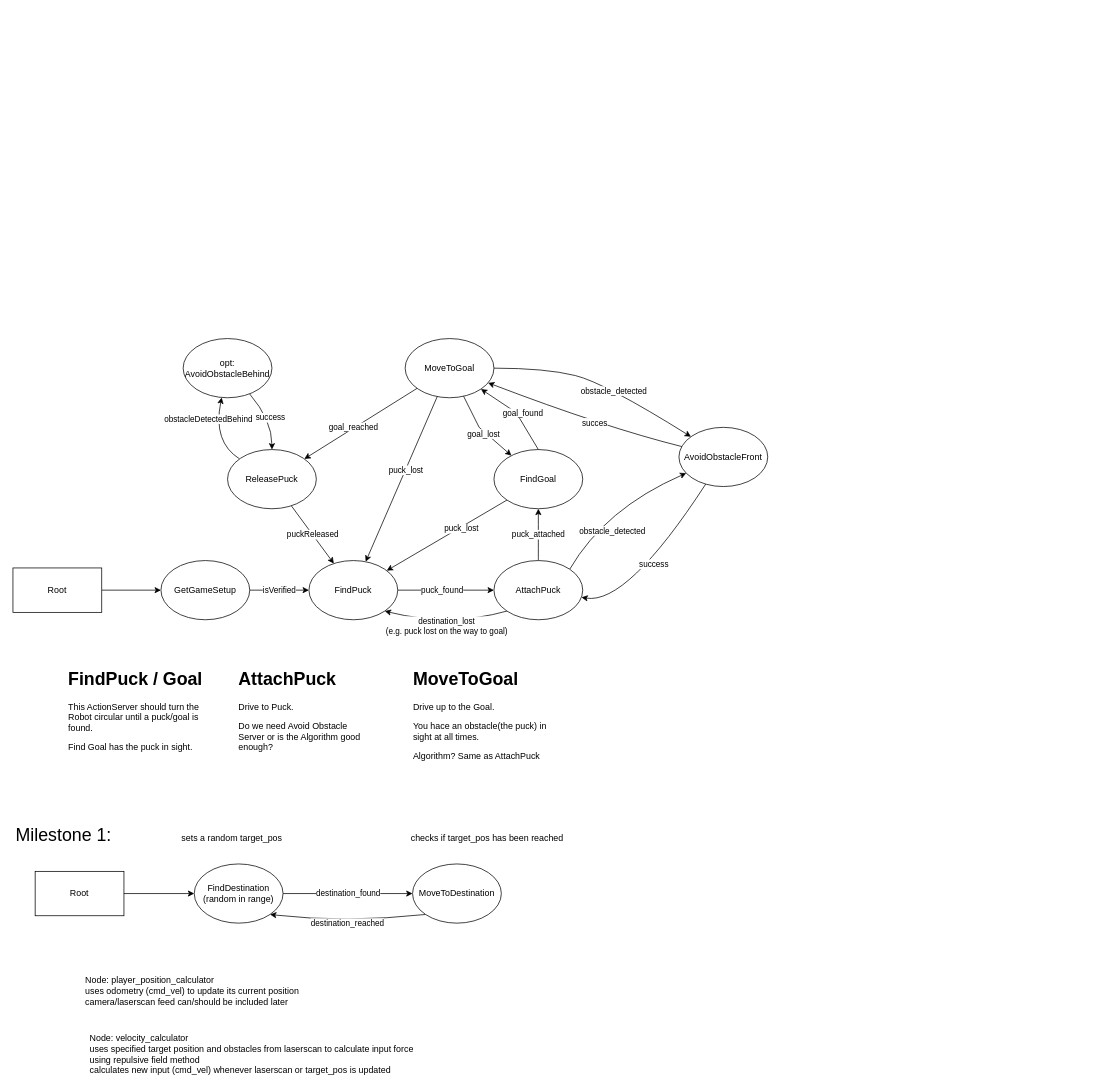
Before: doc/images/robot_sm.drawio in florianpfleiderer/ARHS, a draw.io diagram. Source tidied: cells renumbered, new cells numbered last; positions are measured from the earlier drawing's top-left corner, leaving out a move shared by most shapes. Both pictures are drawn from the tidied source at 74%, with x=0, y=0 at pixel (13, 338).
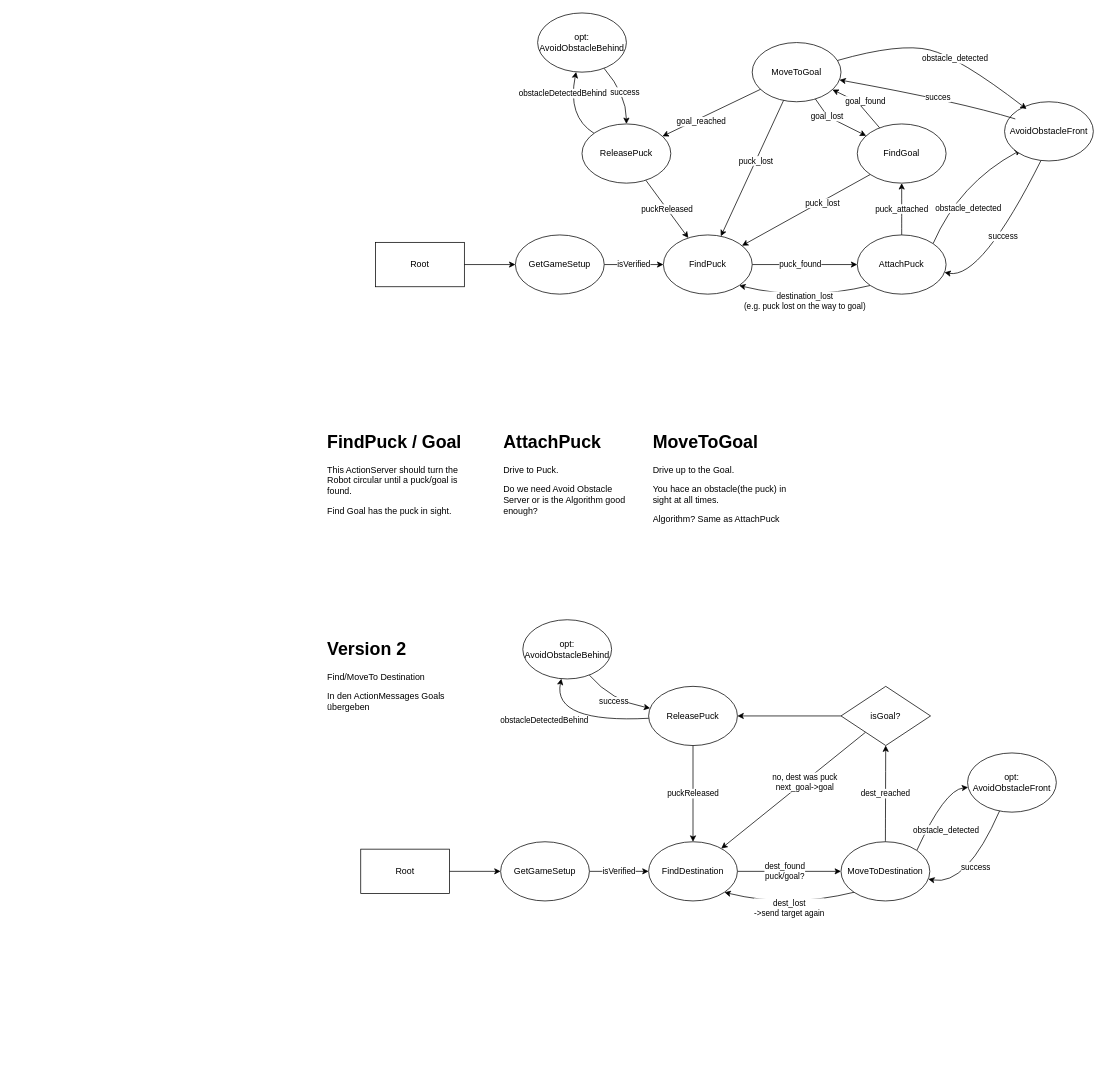
Above is the later version.

The edit, as a diff of the source:
```diff
@@
-    <mxCell id="2" style="edgeStyle=orthogonalEdgeStyle;rounded=0;jettySize=auto;html=1;entryX=0;entryY=0.5;entryDx=0;entryDy=0;" parent="1" edge="1" source="3" target="5">
-      <mxGeometry relative="1" as="geometry" />
-    </mxCell>
     <mxCell id="3" value="Root" style="rounded=0;whiteSpace=wrap;html=1;" parent="1" vertex="1">
-      <mxGeometry y="310" width="120" height="60" as="geometry" />
+      <mxGeometry x="490" y="-130" width="120" height="60" as="geometry" />
     </mxCell>
@@
     <mxCell id="5" value="GetGameSetup" style="ellipse;whiteSpace=wrap;html=1;" parent="1" vertex="1">
-      <mxGeometry x="200" y="300" width="120" height="80" as="geometry" />
+      <mxGeometry x="679" y="-140" width="120" height="80" as="geometry" />
     </mxCell>
@@
     <mxCell id="7" value="FindPuck" style="ellipse;whiteSpace=wrap;html=1;" parent="1" vertex="1">
-      <mxGeometry x="400" y="300" width="120" height="80" as="geometry" />
+      <mxGeometry x="879" y="-140" width="120" height="80" as="geometry" />
     </mxCell>
@@
     <mxCell id="9" value="obstacleDetectedBehind" style="edgeStyle=none;curved=1;jettySize=auto;html=1;" parent="1" edge="1" source="10" target="12">
       <mxGeometry x="0.38" y="12" relative="1" as="geometry">
         <Array as="points">
-          <mxPoint x="270" y="140" />
+          <mxPoint x="749" y="-300" />
         </Array>
       </mxGeometry>
     </mxCell>
     <mxCell id="10" value="ReleasePuck" style="ellipse;whiteSpace=wrap;html=1;" parent="1" vertex="1">
-      <mxGeometry x="290" y="150" width="120" height="80" as="geometry" />
+      <mxGeometry x="769" y="-290" width="120" height="80" as="geometry" />
     </mxCell>
     <mxCell id="11" value="success" style="edgeStyle=none;curved=1;jettySize=auto;html=1;" parent="1" edge="1" source="12" target="10">
       <mxGeometry relative="1" as="geometry">
         <Array as="points">
-          <mxPoint x="350" y="110" />
+          <mxPoint x="829" y="-330" />
         </Array>
       </mxGeometry>
     </mxCell>
     <mxCell id="12" value="opt: AvoidObstacleBehind" style="ellipse;whiteSpace=wrap;html=1;" parent="1" vertex="1">
-      <mxGeometry x="230" width="120" height="80" as="geometry" />
+      <mxGeometry x="709" y="-440" width="120" height="80" as="geometry" />
     </mxCell>
-    <mxCell id="13" value="obstacle_detected" style="edgeStyle=none;jettySize=auto;html=1;curved=1;exitX=1;exitY=0;exitDx=0;exitDy=0;" parent="1" edge="1" source="16" target="18">
+    <mxCell id="13" value="obstacle_detected" style="edgeStyle=none;jettySize=auto;html=1;curved=1;exitX=1;exitY=0;exitDx=0;exitDy=0;" parent="1" edge="1" source="16">
       <mxGeometry x="-0.31" y="-24" relative="1" as="geometry">
+        <mxPoint x="1362.3" y="-254.9" as="targetPoint" />
         <Array as="points">
-          <mxPoint x="800" y="230" />
+          <mxPoint x="1279" y="-210" />
         </Array>
       </mxGeometry>
     </mxCell>
@@
     <mxCell id="15" value="&lt;div&gt;destination_lost&lt;/div&gt;(e.g. puck lost on the way to goal)" style="edgeStyle=none;curved=1;jettySize=auto;html=1;exitX=0;exitY=1;exitDx=0;exitDy=0;entryX=1;entryY=1;entryDx=0;entryDy=0;" parent="1" edge="1" source="16" target="7">
       <mxGeometry relative="1" as="geometry">
         <Array as="points">
-          <mxPoint x="590" y="390" />
+          <mxPoint x="1069" y="-50" />
         </Array>
       </mxGeometry>
     </mxCell>
     <mxCell id="16" value="AttachPuck" style="ellipse;whiteSpace=wrap;html=1;" parent="1" vertex="1">
-      <mxGeometry x="650" y="300" width="120" height="80" as="geometry" />
+      <mxGeometry x="1141" y="-140" width="120" height="80" as="geometry" />
     </mxCell>
-    <mxCell id="17" value="&lt;div&gt;success&lt;/div&gt;" style="edgeStyle=none;curved=1;jettySize=auto;html=1;" parent="1" edge="1" source="18" target="16">
+    <mxCell id="17" value="&lt;div&gt;success&lt;/div&gt;" style="edgeStyle=none;curved=1;jettySize=auto;html=1;" parent="1" edge="1" target="16">
       <mxGeometry relative="1" as="geometry">
+        <mxPoint x="1390" y="-242.1" as="sourcePoint" />
         <Array as="points">
-          <mxPoint x="830" y="360" />
+          <mxPoint x="1309" y="-80" />
         </Array>
       </mxGeometry>
     </mxCell>
     <mxCell id="18" value="AvoidObstacleFront" style="ellipse;whiteSpace=wrap;html=1;" parent="1" vertex="1">
-      <mxGeometry x="900" y="120" width="120" height="80" as="geometry" />
+      <mxGeometry x="1340" y="-320" width="120" height="80" as="geometry" />
     </mxCell>
-    <mxCell id="19" value="&lt;div style=&quot;font-size: 24px&quot;&gt;Milestone 1:&lt;/div&gt;" style="text;html=1;align=left;verticalAlign=top;spacingTop=-4;" parent="1" vertex="1">
-      <mxGeometry x="2" y="654" width="140" height="20" as="geometry" />
-    </mxCell>
-    <mxCell id="20" value="destination_found" style="rounded=0;jettySize=auto;html=1;exitX=1;exitY=0.5;exitDx=0;exitDy=0;" parent="1" edge="1" source="24" target="23">
-      <mxGeometry relative="1" as="geometry" />
-    </mxCell>
-    <mxCell id="21" value="Root" style="rounded=0;whiteSpace=wrap;html=1;" parent="1" vertex="1">
-      <mxGeometry x="30" y="720" width="120" height="60" as="geometry" />
-    </mxCell>
-    <mxCell id="22" value="destination_reached" style="edgeStyle=none;jettySize=auto;html=1;exitX=0;exitY=1;exitDx=0;exitDy=0;entryX=1;entryY=1;entryDx=0;entryDy=0;curved=1;" parent="1" edge="1" source="23" target="24">
-      <mxGeometry relative="1" as="geometry">
-        <Array as="points">
-          <mxPoint x="450" y="790" />
-        </Array>
-      </mxGeometry>
-    </mxCell>
-    <mxCell id="23" value="MoveToDestination" style="ellipse;whiteSpace=wrap;html=1;" parent="1" vertex="1">
-      <mxGeometry x="540" y="710" width="120" height="80" as="geometry" />
-    </mxCell>
-    <mxCell id="24" value="FindDestination&lt;div&gt;(random in range)&lt;br&gt;&lt;/div&gt;" style="ellipse;whiteSpace=wrap;html=1;" parent="1" vertex="1">
-      <mxGeometry x="245" y="710" width="120" height="80" as="geometry" />
-    </mxCell>
-    <mxCell id="25" style="edgeStyle=orthogonalEdgeStyle;rounded=0;jettySize=auto;html=1;exitX=1;exitY=0.5;exitDx=0;exitDy=0;" parent="1" edge="1" source="21" target="24">
-      <mxGeometry relative="1" as="geometry" />
-    </mxCell>
-    <mxCell id="26" value="&lt;div&gt;Node: player_position_calculator&lt;/div&gt;&lt;div&gt;uses odometry (cmd_vel) to update its current position&lt;/div&gt;&lt;div&gt;camera/laserscan feed can/should be included later&lt;br&gt;&lt;/div&gt;" style="text;html=1;align=left;verticalAlign=top;spacingTop=-4;" parent="1" vertex="1">
-      <mxGeometry x="96" y="858" width="300" height="40" as="geometry" />
-    </mxCell>
-    <mxCell id="27" value="&lt;div&gt;Node: velocity_calculator&lt;/div&gt;&lt;div&gt;uses specified target position and obstacles from laserscan to calculate input force&lt;/div&gt;&lt;div&gt;using repulsive field method&lt;/div&gt;&lt;div&gt;calculates new input (cmd_vel) whenever laserscan or target_pos is updated&lt;br&gt;&lt;/div&gt;" style="text;html=1;align=left;verticalAlign=top;spacingTop=-4;" parent="1" vertex="1">
-      <mxGeometry x="102" y="936" width="450" height="60" as="geometry" />
-    </mxCell>
-    <mxCell id="28" value="sets a random target_pos" style="text;html=1;align=left;verticalAlign=top;spacingTop=-4;" parent="1" vertex="1">
-      <mxGeometry x="226" y="665" width="150" height="20" as="geometry" />
-    </mxCell>
-    <mxCell id="29" value="checks if target_pos has been reached" style="text;html=1;align=left;verticalAlign=top;spacingTop=-4;" parent="1" vertex="1">
-      <mxGeometry x="536" y="665" width="220" height="20" as="geometry" />
-    </mxCell>
     <mxCell id="30" value="FindGoal" style="ellipse;whiteSpace=wrap;html=1;" parent="1" vertex="1">
-      <mxGeometry x="650" y="150" width="120" height="80" as="geometry" />
+      <mxGeometry x="1141" y="-290" width="120" height="80" as="geometry" />
     </mxCell>
@@
     <mxCell id="33" value="MoveToGoal" style="ellipse;whiteSpace=wrap;html=1;" parent="1" vertex="1">
-      <mxGeometry x="530" width="120" height="80" as="geometry" />
+      <mxGeometry x="999" y="-400" width="120" height="80" as="geometry" />
     </mxCell>
-    <mxCell id="34" style="endArrow=classic;html=1;rounded=0;exitX=0.5;exitY=0;exitDx=0;exitDy=0;entryX=1;entryY=1;entryDx=0;entryDy=0;" parent="1" edge="1" source="30" target="33">
+    <mxCell id="34" style="endArrow=classic;html=1;rounded=0;" parent="1" edge="1" source="30" target="33">
       <mxGeometry relative="1" as="geometry">
         <Array as="points">
-          <mxPoint x="680" y="100" />
+          <mxPoint x="1141" y="-320" />
         </Array>
       </mxGeometry>
     </mxCell>
@@
     <mxCell id="40" style="endArrow=classic;html=1;rounded=0;" parent="1" edge="1" source="33" target="30">
       <mxGeometry relative="1" as="geometry">
         <Array as="points">
-          <mxPoint x="630" y="120" />
+          <mxPoint x="1101" y="-300" />
         </Array>
       </mxGeometry>
     </mxCell>
     <mxCell id="41" value="&lt;div&gt;goal_lost&lt;/div&gt;" style="edgeLabel;html=1;align=center;verticalAlign=middle;" parent="40" vertex="1">
-      <mxGeometry x="0.09" y="-3" relative="1" as="geometry" />
+      <mxGeometry x="0.09" y="-3" relative="1" as="geometry">
+        <mxPoint x="-16" y="-11" as="offset" />
+      </mxGeometry>
     </mxCell>
-    <mxCell id="42" style="curved=1;endArrow=classic;html=1;rounded=0;" parent="1" edge="1" source="33" target="18">
+    <mxCell id="42" style="curved=1;endArrow=classic;html=1;rounded=0;" parent="1" edge="1" source="33">
       <mxGeometry relative="1" as="geometry">
+        <mxPoint x="1369.7" y="-310.2" as="targetPoint" />
         <Array as="points">
-          <mxPoint x="720" y="40" />
-          <mxPoint x="800" y="60" />
+          <mxPoint x="1199" y="-400" />
+          <mxPoint x="1279" y="-380" />
         </Array>
       </mxGeometry>
     </mxCell>
@@
-    <mxCell id="44" style="curved=1;endArrow=classic;html=1;rounded=0;" parent="1" edge="1" source="18" target="33">
+    <mxCell id="44" style="curved=1;endArrow=classic;html=1;rounded=0;" parent="1" edge="1" target="33">
       <mxGeometry relative="1" as="geometry">
+        <mxPoint x="1354.5" y="-296.8" as="sourcePoint" />
         <Array as="points">
-          <mxPoint x="800" y="120" />
+          <mxPoint x="1279" y="-320" />
         </Array>
       </mxGeometry>
     </mxCell>
@@
     <mxCell id="46" value="&lt;h1&gt;FindPuck / Goal&lt;br&gt;&lt;/h1&gt;&lt;p&gt;This ActionServer should turn the Robot circular until a puck/goal is found.&lt;/p&gt;&lt;p&gt;Find Goal has the puck in sight.&lt;br&gt;&lt;/p&gt;" style="text;html=1;strokeColor=none;fillColor=none;spacing=5;spacingTop=-20;whiteSpace=wrap;overflow=hidden;rounded=0;" parent="1" vertex="1">
-      <mxGeometry x="70" y="440" width="190" height="120" as="geometry" />
+      <mxGeometry x="420" y="120" width="190" height="120" as="geometry" />
     </mxCell>
     <mxCell id="47" value="&lt;h1&gt;AttachPuck&lt;/h1&gt;&lt;p&gt;Drive to Puck.&lt;/p&gt;&lt;p&gt;Do we need Avoid Obstacle Server or is the Algorithm good enough?&lt;br&gt;&lt;/p&gt;" style="text;html=1;strokeColor=none;fillColor=none;spacing=5;spacingTop=-20;whiteSpace=wrap;overflow=hidden;rounded=0;" parent="1" vertex="1">
-      <mxGeometry x="300" y="440" width="190" height="120" as="geometry" />
+      <mxGeometry x="658" y="120" width="190" height="120" as="geometry" />
     </mxCell>
     <mxCell id="48" value="&lt;h1&gt;MoveToGoal&lt;/h1&gt;&lt;p&gt;Drive up to the Goal.&lt;/p&gt;&lt;p&gt;You hace an obstacle(the puck) in sight at all times.&lt;/p&gt;&lt;p&gt;Algorithm? Same as AttachPuck&lt;br&gt;&lt;/p&gt;" style="text;html=1;strokeColor=none;fillColor=none;spacing=5;spacingTop=-20;whiteSpace=wrap;overflow=hidden;rounded=0;" parent="1" vertex="1">
-      <mxGeometry x="536" y="440" width="190" height="140" as="geometry" />
+      <mxGeometry x="860" y="120" width="190" height="140" as="geometry" />
     </mxCell>
+    <mxCell id="2" style="endArrow=classic;html=1;rounded=0;" parent="1" edge="1" source="3" target="5">
+      <mxGeometry relative="1" as="geometry" />
+    </mxCell>
+    <mxCell id="21" value="Root" style="rounded=0;whiteSpace=wrap;html=1;" parent="1" vertex="1">
+      <mxGeometry x="470" y="690" width="120" height="60" as="geometry" />
+    </mxCell>
+    <mxCell id="49" value="isVerified" style="rounded=0;jettySize=auto;html=1;verticalAlign=middle;labelPosition=center;verticalLabelPosition=middle;align=center;" parent="1" edge="1" source="50" target="52">
+      <mxGeometry relative="1" as="geometry" />
+    </mxCell>
+    <mxCell id="50" value="GetGameSetup" style="ellipse;whiteSpace=wrap;html=1;" parent="1" vertex="1">
+      <mxGeometry x="659" y="680" width="120" height="80" as="geometry" />
+    </mxCell>
+    <mxCell id="51" value="&lt;div&gt;dest_found&lt;/div&gt;&lt;div&gt;puck/goal?&lt;br&gt;&lt;/div&gt;" style="jettySize=auto;html=1;verticalAlign=middle;horizontal=1;labelPosition=center;verticalLabelPosition=middle;align=center;rounded=0;" parent="1" edge="1" source="52" target="23">
+      <mxGeometry x="-0.08" relative="1" as="geometry" />
+    </mxCell>
+    <mxCell id="52" value="FindDestination" style="ellipse;whiteSpace=wrap;html=1;" parent="1" vertex="1">
+      <mxGeometry x="859" y="680" width="120" height="80" as="geometry" />
+    </mxCell>
+    <mxCell id="53" value="puckReleased" style="rounded=0;jettySize=auto;html=1;" parent="1" edge="1" source="55" target="52">
+      <mxGeometry relative="1" as="geometry" />
+    </mxCell>
+    <mxCell id="54" value="obstacleDetectedBehind" style="edgeStyle=none;curved=1;jettySize=auto;html=1;" parent="1" edge="1" source="55" target="57">
+      <mxGeometry x="0.38" y="12" relative="1" as="geometry">
+        <Array as="points">
+          <mxPoint x="729" y="520" />
+        </Array>
+      </mxGeometry>
+    </mxCell>
+    <mxCell id="55" value="ReleasePuck" style="ellipse;whiteSpace=wrap;html=1;" parent="1" vertex="1">
+      <mxGeometry x="859" y="470" width="120" height="80" as="geometry" />
+    </mxCell>
+    <mxCell id="56" value="success" style="edgeStyle=none;curved=1;jettySize=auto;html=1;" parent="1" edge="1" source="57" target="55">
+      <mxGeometry relative="1" as="geometry">
+        <Array as="points">
+          <mxPoint x="809" y="490" />
+        </Array>
+      </mxGeometry>
+    </mxCell>
+    <mxCell id="57" value="opt: AvoidObstacleBehind" style="ellipse;whiteSpace=wrap;html=1;" parent="1" vertex="1">
+      <mxGeometry x="689" y="380" width="120" height="80" as="geometry" />
+    </mxCell>
+    <mxCell id="58" value="obstacle_detected" style="edgeStyle=none;jettySize=auto;html=1;curved=1;exitX=1;exitY=0;exitDx=0;exitDy=0;" parent="1" edge="1" source="23" target="62">
+      <mxGeometry x="-0.31" y="-24" relative="1" as="geometry">
+        <Array as="points">
+          <mxPoint x="1259" y="610" />
+        </Array>
+      </mxGeometry>
+    </mxCell>
+    <mxCell id="59" value="dest_reached" style="edgeStyle=none;curved=1;jettySize=auto;html=1;" parent="1" edge="1" source="23" target="67">
+      <mxGeometry relative="1" as="geometry" />
+    </mxCell>
+    <mxCell id="60" value="&lt;div&gt;dest_lost&lt;/div&gt;&lt;div&gt;-&amp;gt;send target again&lt;br&gt;&lt;/div&gt;" style="edgeStyle=none;curved=1;jettySize=auto;html=1;exitX=0;exitY=1;exitDx=0;exitDy=0;entryX=1;entryY=1;entryDx=0;entryDy=0;" parent="1" edge="1" source="23" target="52">
+      <mxGeometry relative="1" as="geometry">
+        <Array as="points">
+          <mxPoint x="1049" y="770" />
+        </Array>
+      </mxGeometry>
+    </mxCell>
+    <mxCell id="23" value="MoveToDestination" style="ellipse;whiteSpace=wrap;html=1;" parent="1" vertex="1">
+      <mxGeometry x="1119" y="680" width="120" height="80" as="geometry" />
+    </mxCell>
+    <mxCell id="61" value="&lt;div&gt;success&lt;/div&gt;" style="edgeStyle=none;curved=1;jettySize=auto;html=1;" parent="1" edge="1" source="62" target="23">
+      <mxGeometry relative="1" as="geometry">
+        <Array as="points">
+          <mxPoint x="1289" y="740" />
+        </Array>
+      </mxGeometry>
+    </mxCell>
+    <mxCell id="62" value="&lt;div&gt;opt:&lt;/div&gt;&lt;div&gt;AvoidObstacleFront&lt;/div&gt;" style="ellipse;whiteSpace=wrap;html=1;" parent="1" vertex="1">
+      <mxGeometry x="1290" y="560" width="120" height="80" as="geometry" />
+    </mxCell>
+    <mxCell id="63" style="endArrow=classic;html=1;rounded=0;" parent="1" edge="1" source="67" target="52">
+      <mxGeometry relative="1" as="geometry" />
+    </mxCell>
+    <mxCell id="64" value="&lt;div&gt;no, dest was puck&lt;br&gt;&lt;/div&gt;&lt;div&gt;next_goal-&amp;gt;goal&lt;br&gt;&lt;/div&gt;" style="edgeLabel;html=1;align=center;verticalAlign=middle;" parent="63" vertex="1">
+      <mxGeometry x="-0.23" y="2" relative="1" as="geometry">
+        <mxPoint x="-9" y="6" as="offset" />
+      </mxGeometry>
+    </mxCell>
+    <mxCell id="65" style="endArrow=classic;html=1;rounded=0;" parent="1" edge="1" source="21" target="50">
+      <mxGeometry relative="1" as="geometry" />
+    </mxCell>
+    <mxCell id="66" value="&lt;h1&gt;Version 2&lt;br&gt;&lt;/h1&gt;&lt;p&gt;Find/MoveTo Destination&lt;/p&gt;&lt;p&gt;In den ActionMessages Goals übergeben&lt;br&gt;&lt;/p&gt;" style="text;html=1;strokeColor=none;fillColor=none;spacing=5;spacingTop=-20;whiteSpace=wrap;overflow=hidden;rounded=0;" parent="1" vertex="1">
+      <mxGeometry x="420" y="400" width="190" height="120" as="geometry" />
+    </mxCell>
+    <mxCell id="67" value="isGoal?" style="rhombus;whiteSpace=wrap;html=1;" parent="1" vertex="1">
+      <mxGeometry x="1119" y="470" width="121" height="80" as="geometry" />
+    </mxCell>
+    <mxCell id="68" style="endArrow=classic;html=1;rounded=0;" parent="1" edge="1" source="67" target="55">
+      <mxGeometry relative="1" as="geometry" />
+    </mxCell>
```
